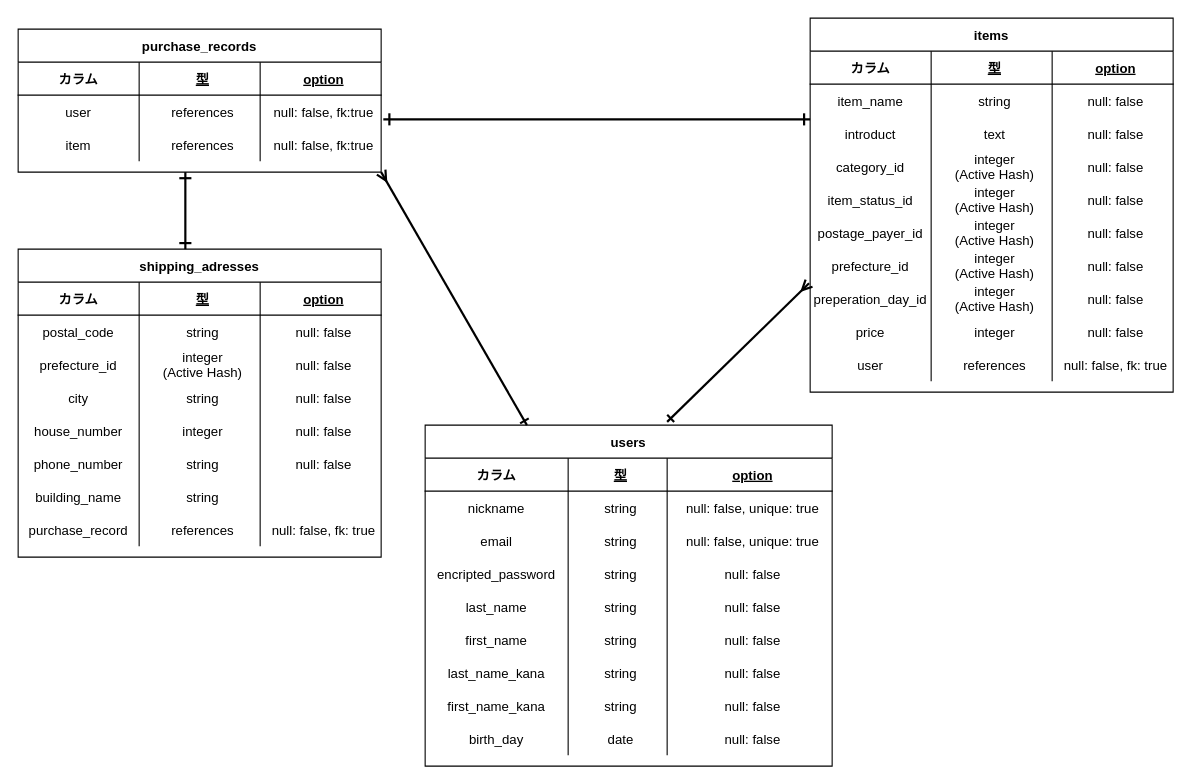
Earlier version of the draw.io diagram ER.dio (hi-roto/furima-32883). Source tidied: cells renumbered, new cells numbered last; positions are measured from the earlier drawing's top-left corner, leaving out a move shared by most shapes. Both pictures are drawn from the tidied source at 110%, with x=0, y=0 at pixel (18, 18).
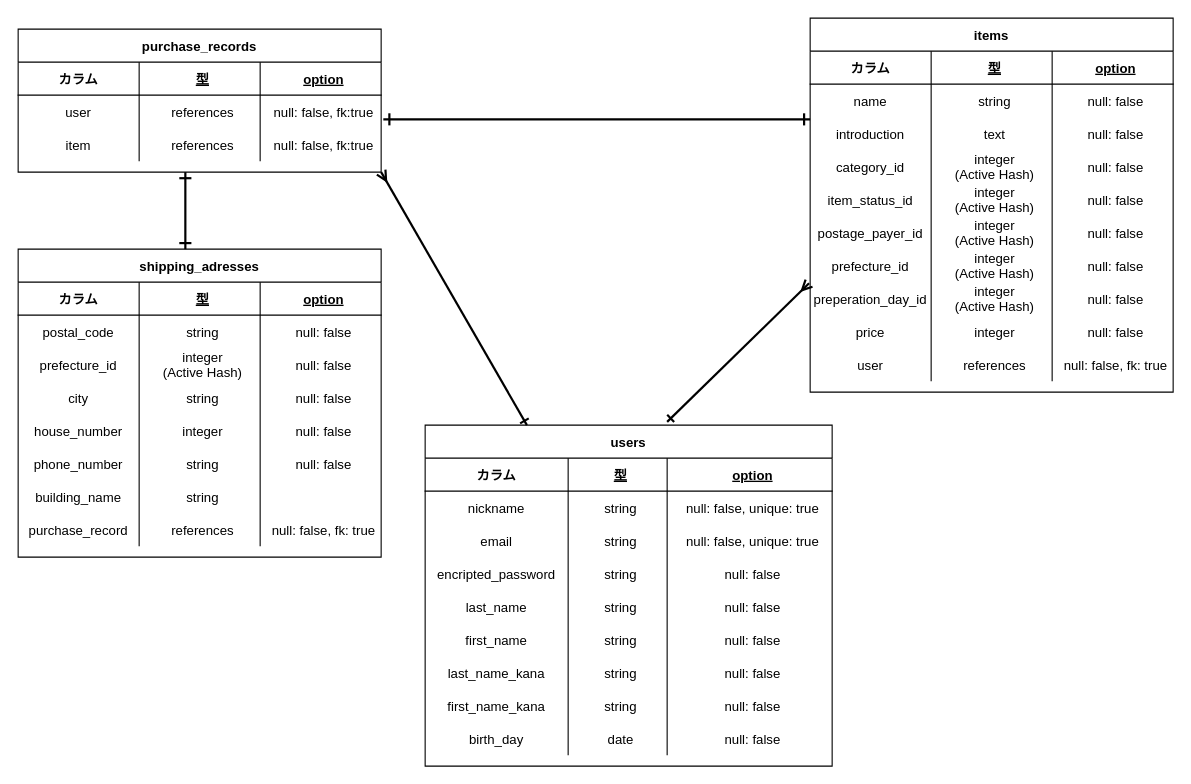
The same diagram, later.

Unchanged cells that the change refers to:
```xml
<mxCell id="44" style="shape=partialRectangle;fillColor=none;top=0;left=0;bottom=0;right=0;points=[[0,0.5],[1,0.5]];portConstraint=eastwest;" parent="39" vertex="1">
  <mxGeometry y="60" width="330" height="30" as="geometry" />
</mxCell>
<mxCell id="48" style="shape=partialRectangle;fillColor=none;top=0;left=0;bottom=0;right=0;" parent="39" vertex="1">
  <mxGeometry y="90" width="330" height="30" as="geometry" />
</mxCell>
```

Diff of the diagram source:
```diff
@@
-    <mxCell id="45" value="item_name" style="shape=partialRectangle;fillColor=none;top=0;left=0;bottom=0;right=0;overflow=hidden;" parent="44" vertex="1">
+    <mxCell id="45" value="name" style="shape=partialRectangle;fillColor=none;top=0;left=0;bottom=0;right=0;overflow=hidden;" parent="44" vertex="1">
       <mxGeometry width="110" height="30" as="geometry" />
     </mxCell>
@@
-    <mxCell id="49" value="introduct" style="shape=partialRectangle;fillColor=none;top=0;left=0;bottom=0;right=0;overflow=hidden;" parent="48" vertex="1">
+    <mxCell id="49" value="introduction" style="shape=partialRectangle;fillColor=none;top=0;left=0;bottom=0;right=0;overflow=hidden;" parent="48" vertex="1">
       <mxGeometry width="110" height="30" as="geometry" />
     </mxCell>
```
